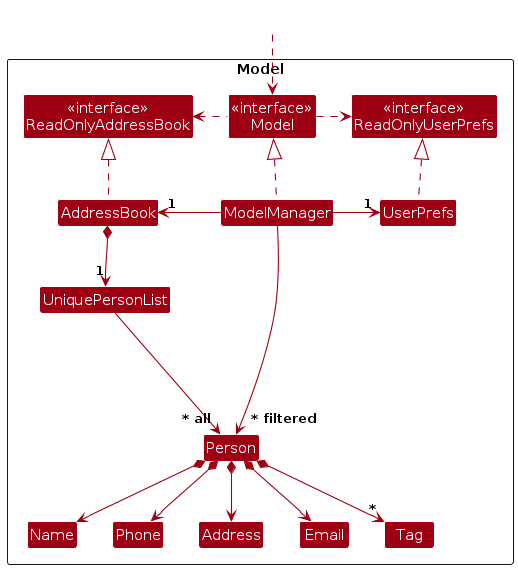
Before: diagrams/ModelClassDiagram.png, a diagram exported from PlantUML (AY2627S1-CS2103T-T09-4/tp). Its source is kept beside it as diagrams/ModelClassDiagram.puml. Its diagram source:
```plantuml
@startuml
!include style.puml
skinparam arrowThickness 1.1
skinparam arrowColor MODEL_COLOR
skinparam classBackgroundColor MODEL_COLOR

Package Model as ModelPackage <<Rectangle>>{
Class "<<interface>>\nReadOnlyAddressBook" as ReadOnlyAddressBook
Class "<<interface>>\nReadOnlyUserPrefs" as ReadOnlyUserPrefs
Class "<<interface>>\nModel" as Model
Class AddressBook
Class ModelManager
Class UserPrefs

Class UniquePersonList
Class Person
Class Address
Class Email
Class Name
Class Phone
Class Tag

Class I #FFFFFF
}

Class HiddenOutside #FFFFFF
HiddenOutside ..> Model

AddressBook .up.|> ReadOnlyAddressBook

ModelManager .up.|> Model
Model .right.> ReadOnlyUserPrefs
Model .left.> ReadOnlyAddressBook
ModelManager -left-> "1" AddressBook
ModelManager -right-> "1" UserPrefs
UserPrefs .up.|> ReadOnlyUserPrefs

AddressBook *--> "1" UniquePersonList
UniquePersonList --> "~* all" Person
Person *--> Name
Person *--> Phone
Person *--> Email
Person *--> Address
Person *--> "*" Tag

Person -[hidden]up--> I
UniquePersonList -[hidden]right-> I

Name -[hidden]right-> Phone
Phone -[hidden]right-> Address
Address -[hidden]right-> Email

ModelManager --> "~* filtered" Person
@enduml
```
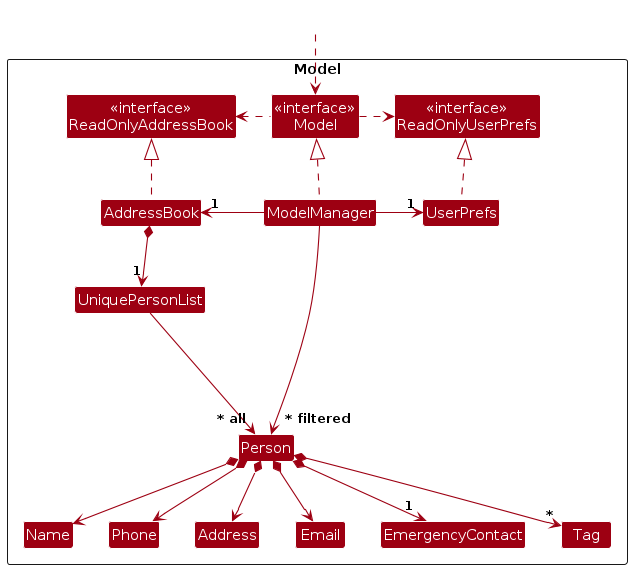
Later version of the same file.

What changed in the source:
```diff
@@ -16,6 +16,7 @@
 Class Person
 Class Address
 Class Email
+Class EmergencyContact
 Class Name
 Class Phone
 Class Tag
@@ -39,6 +40,7 @@
 UniquePersonList --> "~* all" Person
 Person *--> Name
 Person *--> Phone
+Person *--> "1" EmergencyContact
 Person *--> Email
 Person *--> Address
 Person *--> "*" Tag
```
